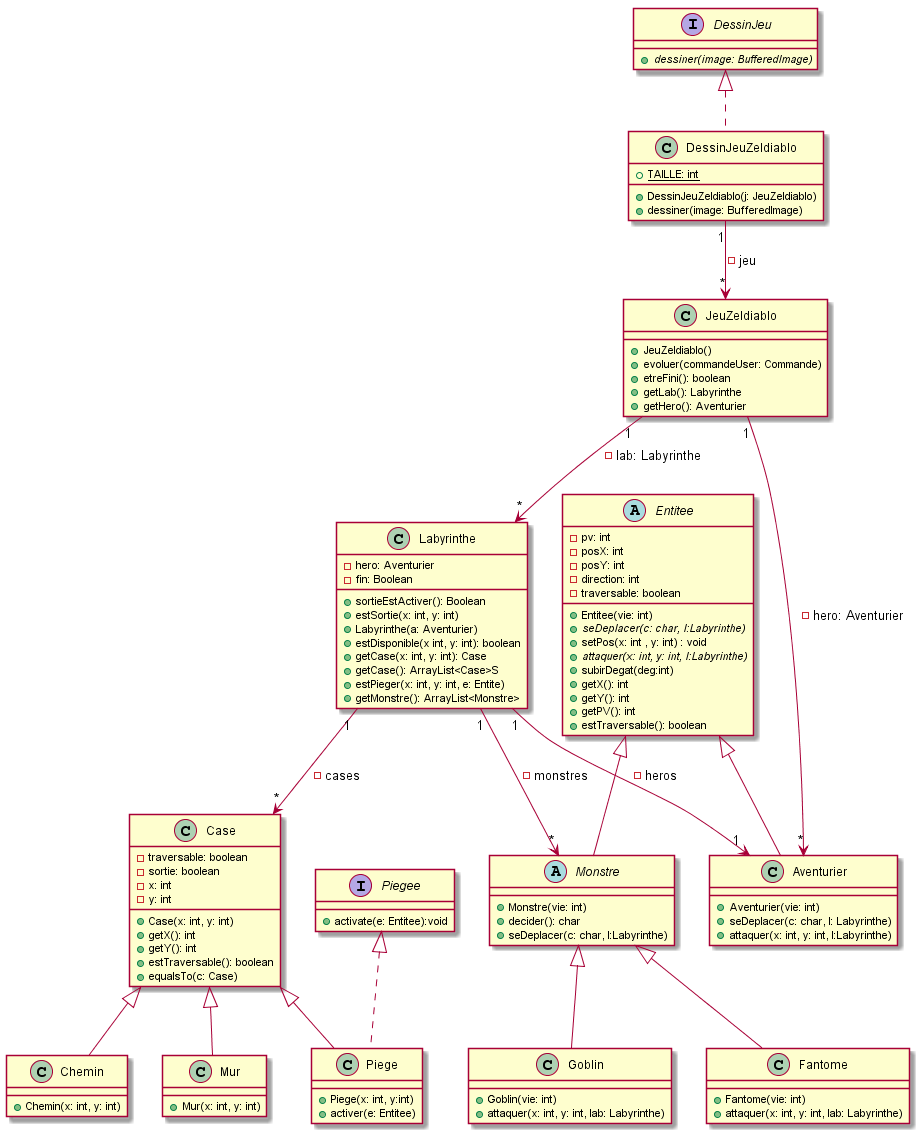
NunzioArdi/2019_coo_zeldiablo keeps this PlantUML diagram as documents/version_4.0/diagramme_classe.png. Above is the earlier version.
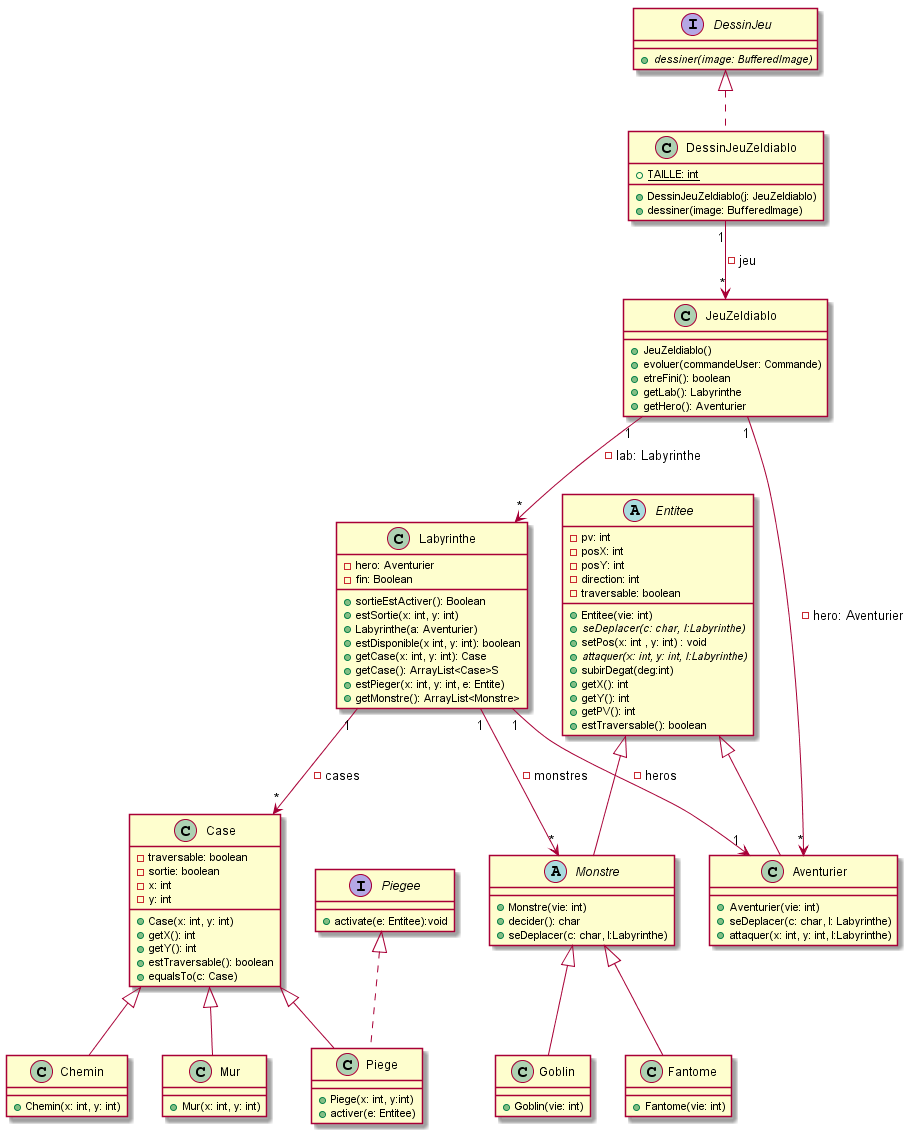
After the change.

Commit message:
fix uml class attaquer

What changed in the source:
```diff
@@ -90,12 +90,10 @@
 
 class Goblin {
 +Goblin(vie: int)
-+attaquer(x: int, y: int, lab: Labyrinthe)
 }
 
 class Fantome {
 +Fantome(vie: int)
-+attaquer(x: int, y: int, lab: Labyrinthe)
 }
 
 Case <|-- Piege
```
